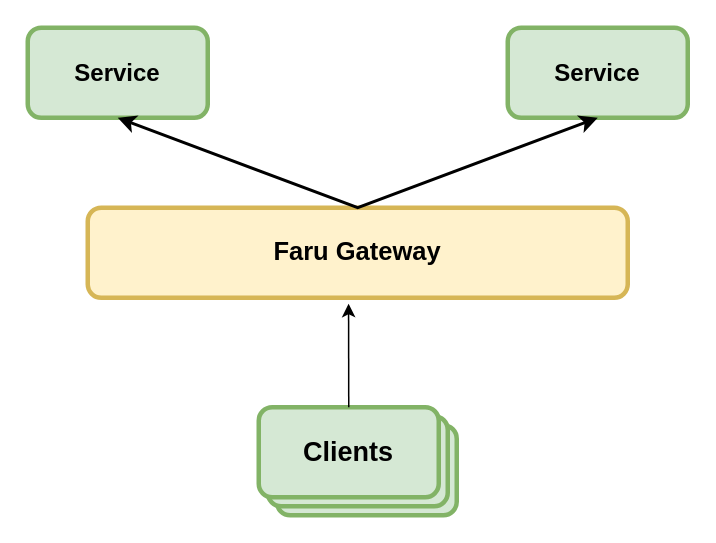
Above: faru-high-level.drawio in MbalamulaS/tech-diagrams (draw.io), before the change. Source tidied: cells renumbered, new cells numbered last; positions are measured from the earlier drawing's top-left corner, leaving out a move shared by most shapes. Both pictures are drawn from the tidied source at 150%, with x=0, y=0 at pixel (27, 27).
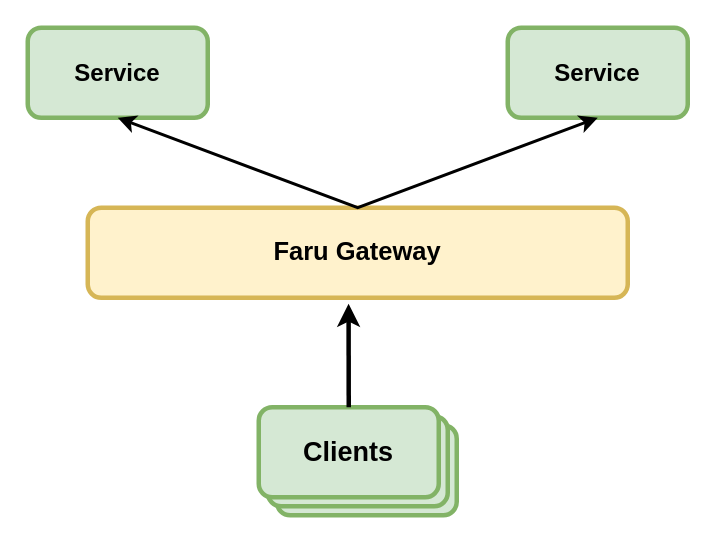
The same page after the edit.

Change to the diagram source:
```diff
@@
 <mxGraphModel>
   <root>
     <mxCell id="0" />
     <mxCell id="1" parent="0" />
     <mxCell id="2" value="&lt;font style=&quot;font-size: 16px;&quot;&gt;&lt;b&gt;Service&lt;/b&gt;&lt;/font&gt;" style="rounded=1;whiteSpace=wrap;html=1;strokeWidth=3;fillColor=#d5e8d4;strokeColor=#82b366;" parent="1" vertex="1">
       <mxGeometry width="120" height="60" as="geometry" />
     </mxCell>
     <mxCell id="3" value="&lt;font size=&quot;1&quot;&gt;&lt;b style=&quot;font-size: 17px;&quot;&gt;Faru Gateway&lt;/b&gt;&lt;/font&gt;" style="rounded=1;whiteSpace=wrap;html=1;strokeWidth=3;fillColor=#fff2cc;strokeColor=#d6b656;" parent="1" vertex="1">
       <mxGeometry x="40" y="120" width="360" height="60" as="geometry" />
     </mxCell>
     <mxCell id="4" value="&lt;b&gt;&lt;font style=&quot;font-size: 16px;&quot;&gt;Service&lt;/font&gt;&lt;/b&gt;" style="rounded=1;whiteSpace=wrap;html=1;strokeWidth=3;fillColor=#d5e8d4;strokeColor=#82b366;" parent="1" vertex="1">
       <mxGeometry x="320" width="120" height="60" as="geometry" />
     </mxCell>
     <mxCell id="5" style="rounded=1;whiteSpace=wrap;html=1;strokeWidth=3;fillColor=#d5e8d4;strokeColor=#82b366;" parent="1" vertex="1">
       <mxGeometry x="166" y="265" width="120" height="60" as="geometry" />
     </mxCell>
     <mxCell id="6" style="rounded=1;whiteSpace=wrap;html=1;strokeWidth=3;fillColor=#d5e8d4;strokeColor=#82b366;" parent="1" vertex="1">
       <mxGeometry x="160" y="259" width="120" height="60" as="geometry" />
     </mxCell>
     <mxCell id="7" style="rounded=1;whiteSpace=wrap;html=1;strokeWidth=3;fillColor=#d5e8d4;strokeColor=#82b366;" parent="1" vertex="1">
       <mxGeometry x="154" y="253" width="120" height="60" as="geometry" />
     </mxCell>
     <mxCell id="8" value="&lt;b&gt;&lt;font style=&quot;font-size: 18px;&quot;&gt;Clients&lt;/font&gt;&lt;/b&gt;" style="text;html=1;align=center;verticalAlign=middle;whiteSpace=wrap;rounded=0;" parent="1" vertex="1">
       <mxGeometry x="184" y="268" width="60" height="30" as="geometry" />
     </mxCell>
     <mxCell id="9" style="endArrow=classic;startArrow=classic;html=1;rounded=0;entryX=0.5;entryY=1;entryDx=0;entryDy=0;exitX=0.5;exitY=1;exitDx=0;exitDy=0;strokeWidth=2;" parent="1" edge="1" source="2" target="4">
       <mxGeometry relative="1" as="geometry">
         <Array as="points">
           <mxPoint x="220" y="120" />
         </Array>
       </mxGeometry>
     </mxCell>
-    <mxCell id="10" style="endArrow=classic;html=1;rounded=0;entryX=0.483;entryY=1.067;entryDx=0;entryDy=0;entryPerimeter=0;exitX=0.5;exitY=0;exitDx=0;exitDy=0;" parent="1" edge="1" source="7" target="3">
+    <mxCell id="10" style="endArrow=classic;html=1;rounded=0;entryX=0.483;entryY=1.067;entryDx=0;entryDy=0;entryPerimeter=0;exitX=0.5;exitY=0;exitDx=0;exitDy=0;strokeWidth=3;" parent="1" edge="1" source="7" target="3">
       <mxGeometry relative="1" as="geometry" />
     </mxCell>
   </root>
 </mxGraphModel>
```
